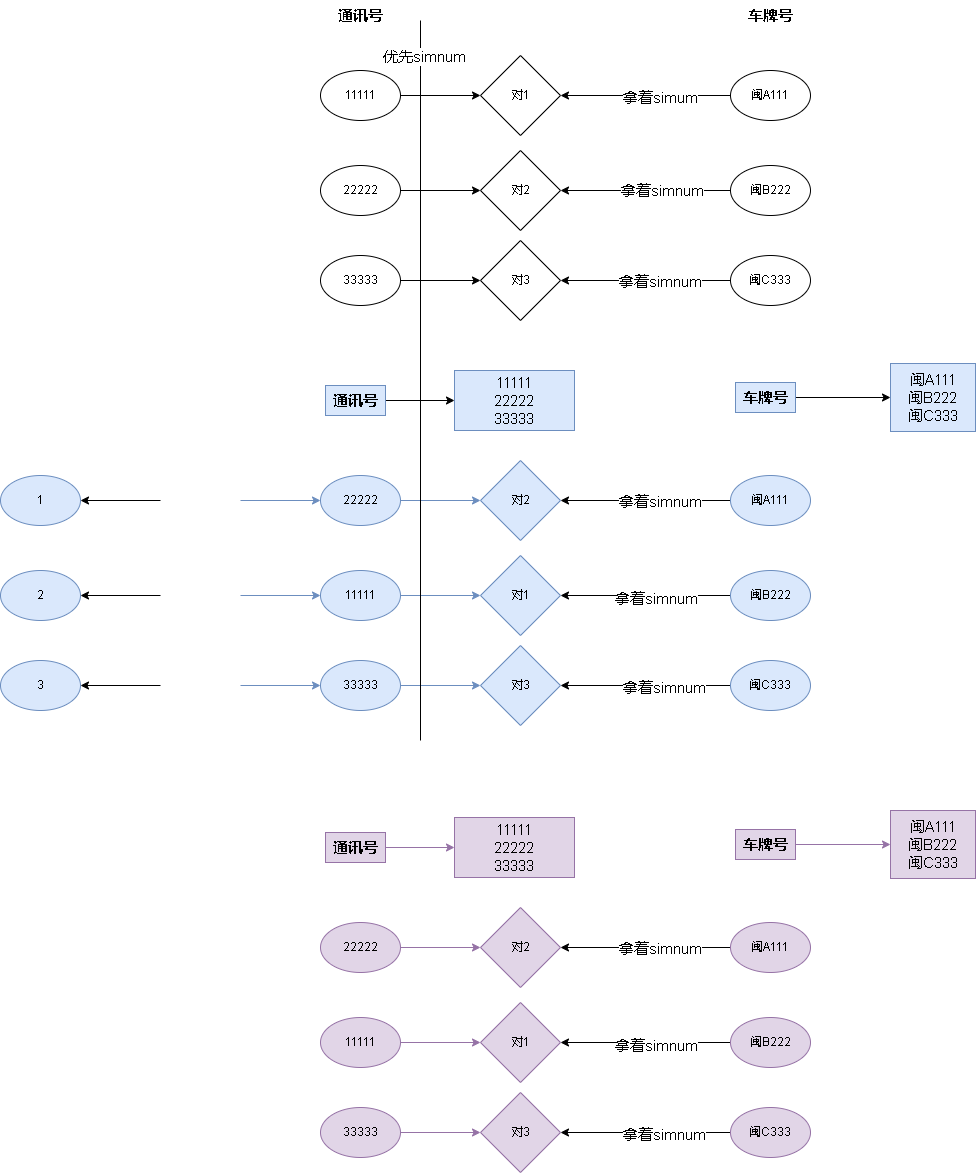
The draw.io diagram 车辆加载.drawio.png in xktder/draw, before a commit. Source tidied: cells renumbered, new cells last; positions are measured from the earlier drawing's top-left corner, leaving out a move shared by most shapes.
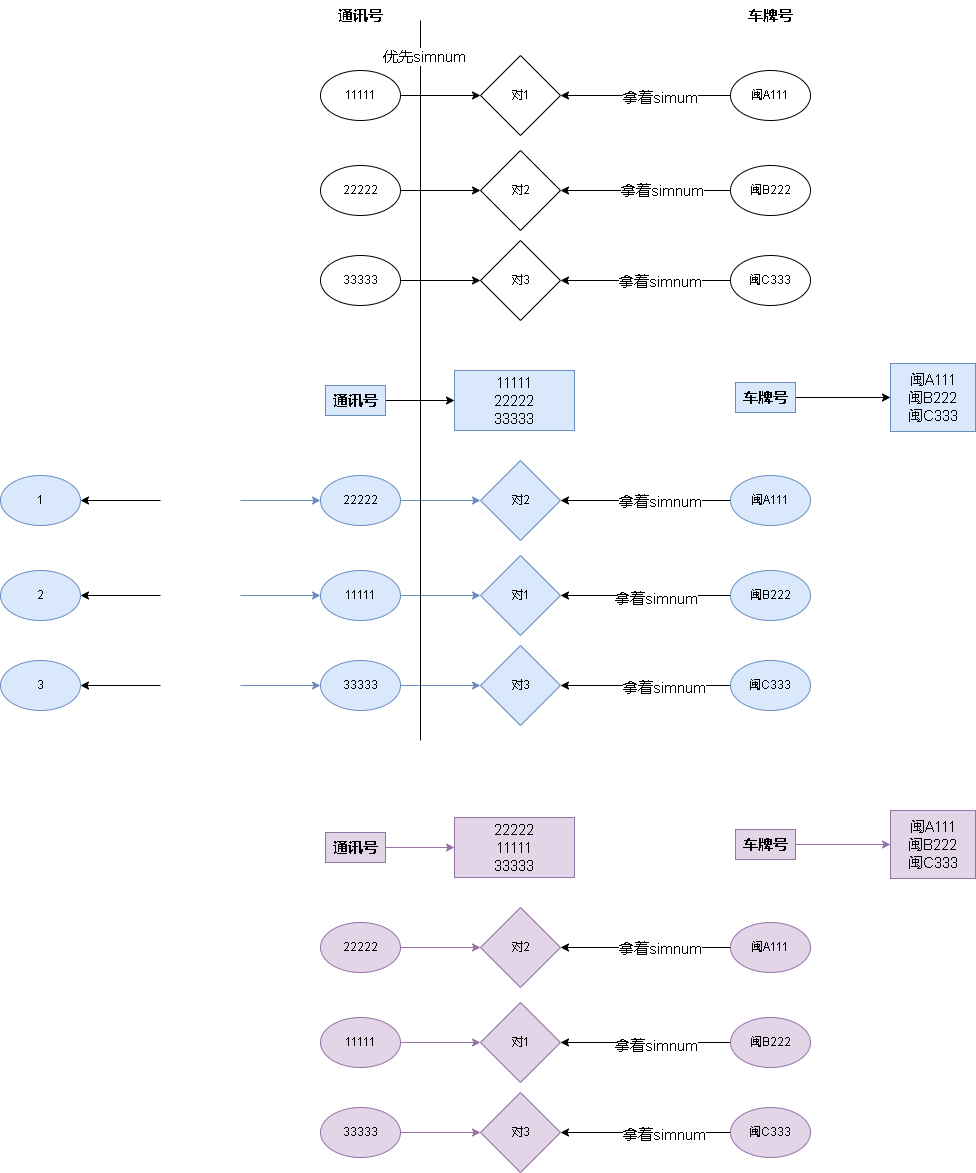
Later version of the same file.

Commit message:
更新车辆加载.drawio.png

The edit, as a diff of the source:
```diff
@@ -215,7 +215,7 @@
     <mxCell id="67" value="对3" style="rhombus;whiteSpace=wrap;html=1;fillColor=#e1d5e7;strokeColor=#9673a6;" parent="1" vertex="1">
       <mxGeometry x="480" y="1092" width="80" height="80" as="geometry" />
     </mxCell>
-    <mxCell id="68" value="&lt;span style=&quot;font-weight: normal;&quot;&gt;11111&lt;br&gt;22222&lt;br&gt;33333&lt;/span&gt;" style="whiteSpace=wrap;html=1;fontSize=15;fillColor=#e1d5e7;strokeColor=#9673a6;rounded=0;fontStyle=1;" parent="1" vertex="1">
+    <mxCell id="68" value="&lt;span style=&quot;font-weight: normal;&quot;&gt;22222&lt;br&gt;11111&lt;br&gt;33333&lt;/span&gt;" style="whiteSpace=wrap;html=1;fontSize=15;fillColor=#e1d5e7;strokeColor=#9673a6;rounded=0;fontStyle=1;" parent="1" vertex="1">
       <mxGeometry x="454" y="817" width="120" height="60" as="geometry" />
     </mxCell>
     <mxCell id="69" style="edgeStyle=orthogonalEdgeStyle;rounded=0;jettySize=auto;html=1;entryX=1;entryY=0.5;entryDx=0;entryDy=0;fontSize=15;" parent="1" edge="1" source="71" target="65">
```
